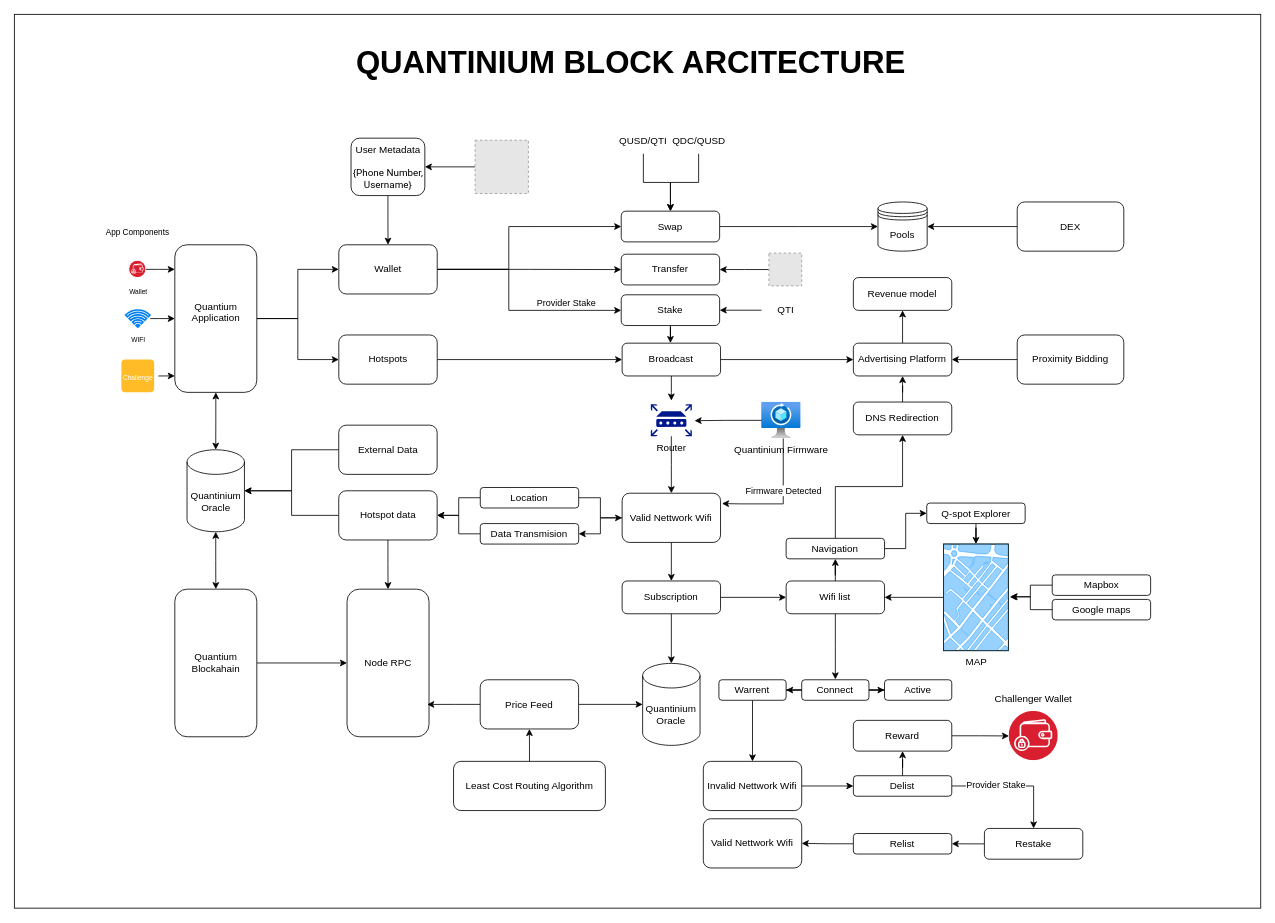
ali-05-ahmed/Concept-Diagrams keeps this draw.io diagram as Quantinium-block-diagram.drawio. Above is the earlier version. Source tidied: cells renumbered, new cells numbered last; positions are measured from the earlier drawing's top-left corner, leaving out a move shared by most shapes. Both pictures are drawn from the tidied source at 82%, with x=0, y=0 at pixel (14, 14). Pictures stored in the file or linked from it are replaced by grey dashed boxes.
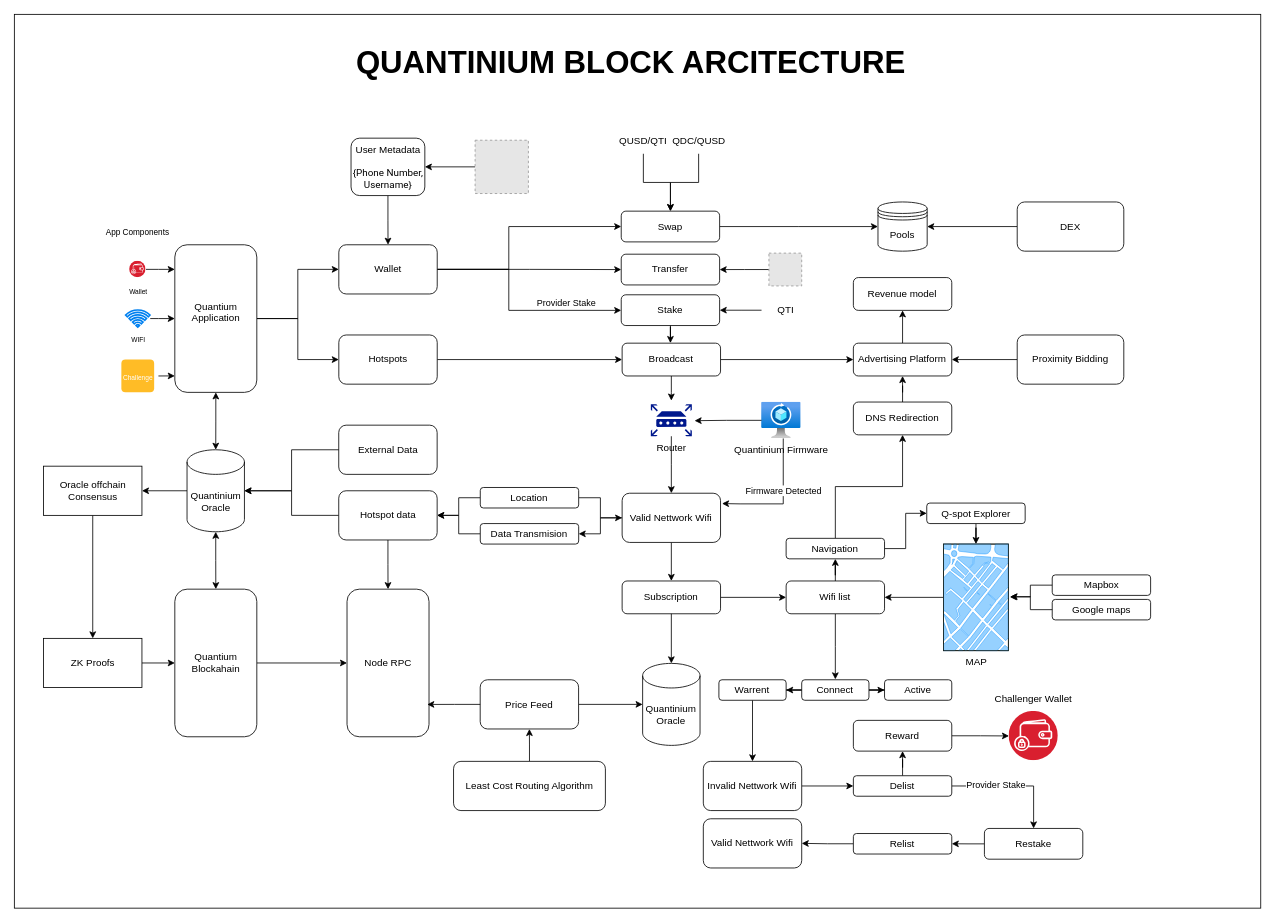
The same diagram, later.

The change refers to these unchanged cells:
```xml
<mxCell id="72" value="Quantinium Oracle" style="shape=cylinder3;whiteSpace=wrap;html=1;boundedLbl=1;backgroundOutline=1;size=15;" parent="1" vertex="1">
  <mxGeometry x="210.6" y="531" width="70" height="100" as="geometry" />
</mxCell>
<mxCell id="74" value="Quantium&lt;div&gt;Blockahain&lt;/div&gt;" style="rounded=1;whiteSpace=wrap;html=1;" parent="1" vertex="1">
  <mxGeometry x="195.7" y="701" width="100" height="180" as="geometry" />
</mxCell>
```

Diff of the diagram source:
```diff
@@
+    <mxCell id="120" style="edgeStyle=orthogonalEdgeStyle;rounded=0;jettySize=auto;html=1;" parent="1" edge="1" source="72" target="122">
+      <mxGeometry relative="1" as="geometry" />
+    </mxCell>
@@
+    <mxCell id="121" style="edgeStyle=orthogonalEdgeStyle;rounded=0;jettySize=auto;html=1;" parent="1" edge="1" source="122" target="124">
+      <mxGeometry relative="1" as="geometry" />
+    </mxCell>
+    <mxCell id="122" value="Oracle offchain&lt;br&gt;Consensus" style="whiteSpace=wrap;html=1;" parent="1" vertex="1">
+      <mxGeometry x="35.6" y="551" width="120" height="60" as="geometry" />
+    </mxCell>
+    <mxCell id="123" style="edgeStyle=orthogonalEdgeStyle;rounded=0;jettySize=auto;html=1;" parent="1" edge="1" source="124" target="74">
+      <mxGeometry relative="1" as="geometry" />
+    </mxCell>
+    <mxCell id="124" value="ZK Proofs" style="whiteSpace=wrap;html=1;" parent="1" vertex="1">
+      <mxGeometry x="35.6" y="761" width="120" height="60" as="geometry" />
+    </mxCell>
```
